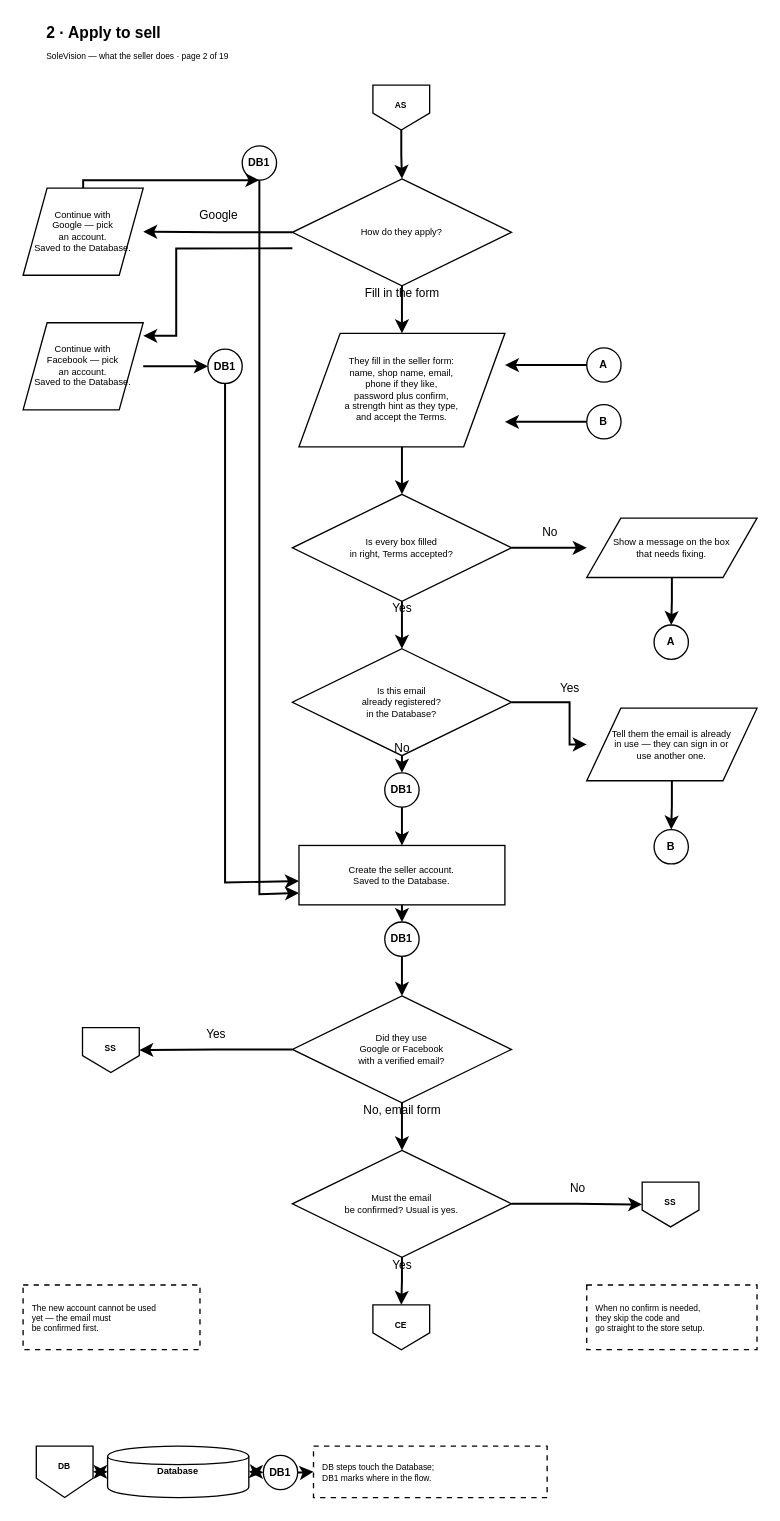
The draw.io diagram page "2 Apply to sell" (2 of 19) of docs/diagrams/seller-journey-flowchart.drawio in kibs06/CUF, before the edit. Source tidied: cells renumbered, new cells numbered last; positions are measured from the earlier drawing's top-left corner, leaving out a move shared by most shapes. Both pictures are drawn from the tidied source at 132%, with x=0, y=0 at pixel (22, 22).
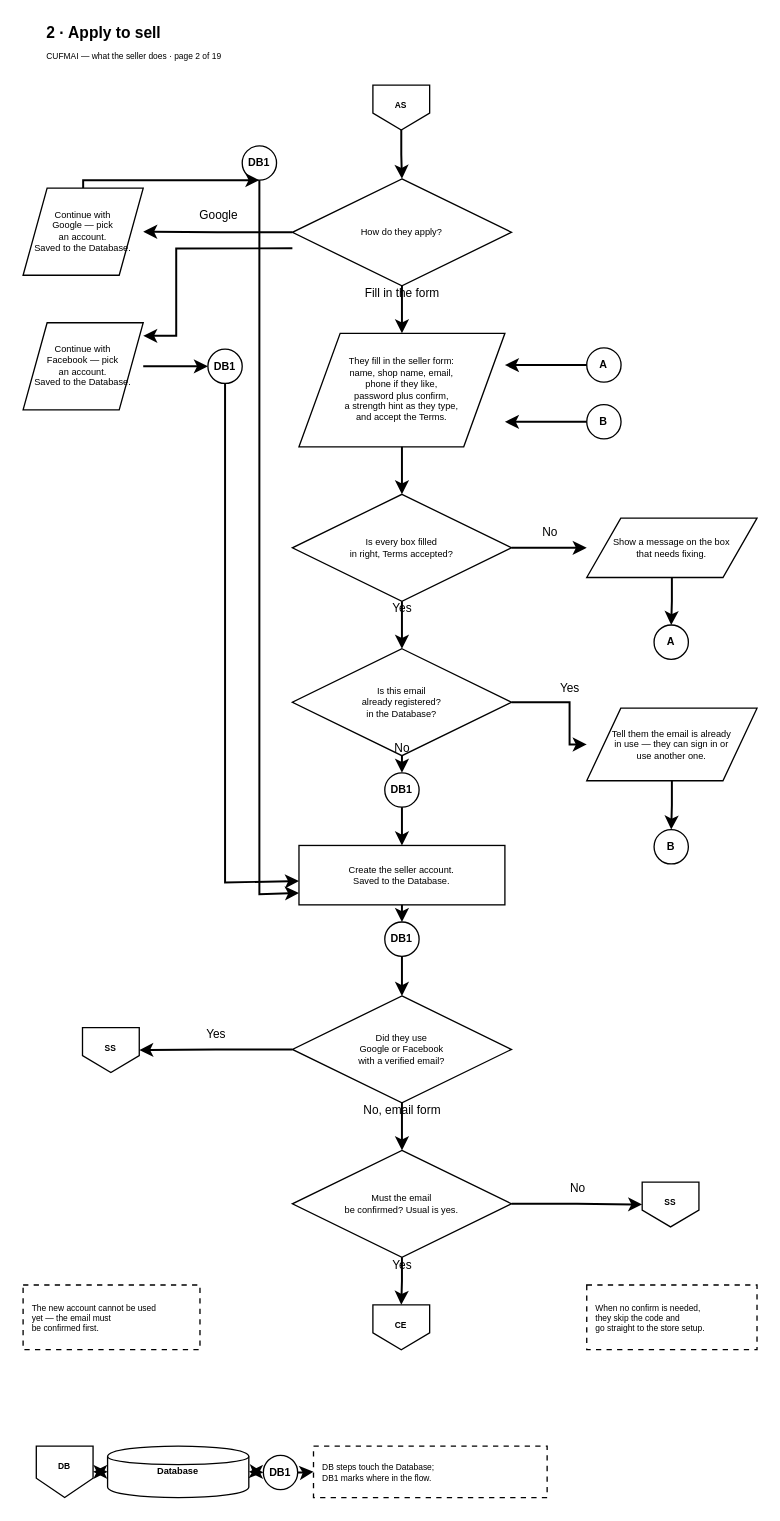
The same page after the edit.

What changed in the source:
```diff
@@
-    <mxCell id="32" value="SoleVision — what the seller does · page 2 of 19" style="text;html=1;fontSize=6.4;align=left;verticalAlign=middle;fontColor=light-dark(#000000,#FFFFFF);" parent="1" vertex="1">
+    <mxCell id="32" value="CUFMAI — what the seller does · page 2 of 19" style="text;html=1;fontSize=6.4;align=left;verticalAlign=middle;fontColor=light-dark(#000000,#FFFFFF);" parent="1" vertex="1">
       <mxGeometry x="16" y="18" width="376" height="13" as="geometry" />
     </mxCell>
```
